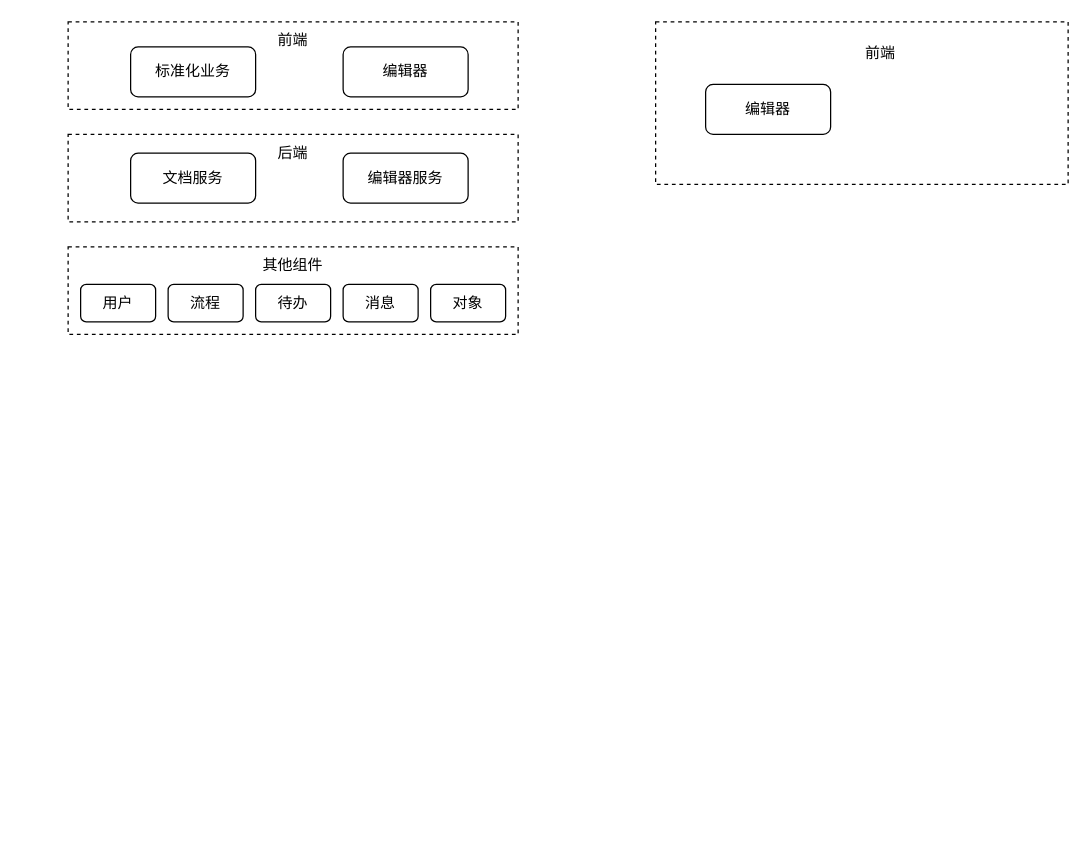
Earlier version of the draw.io diagram 设计相关/企业标准服务划分.drawio (DemonHan/KuickBuy). Source tidied: cells renumbered, new cells numbered last; positions are measured from the earlier drawing's top-left corner, leaving out a move shared by most shapes. Both pictures are drawn from the tidied source at 125%, with x=0, y=0 at pixel (68, 21).
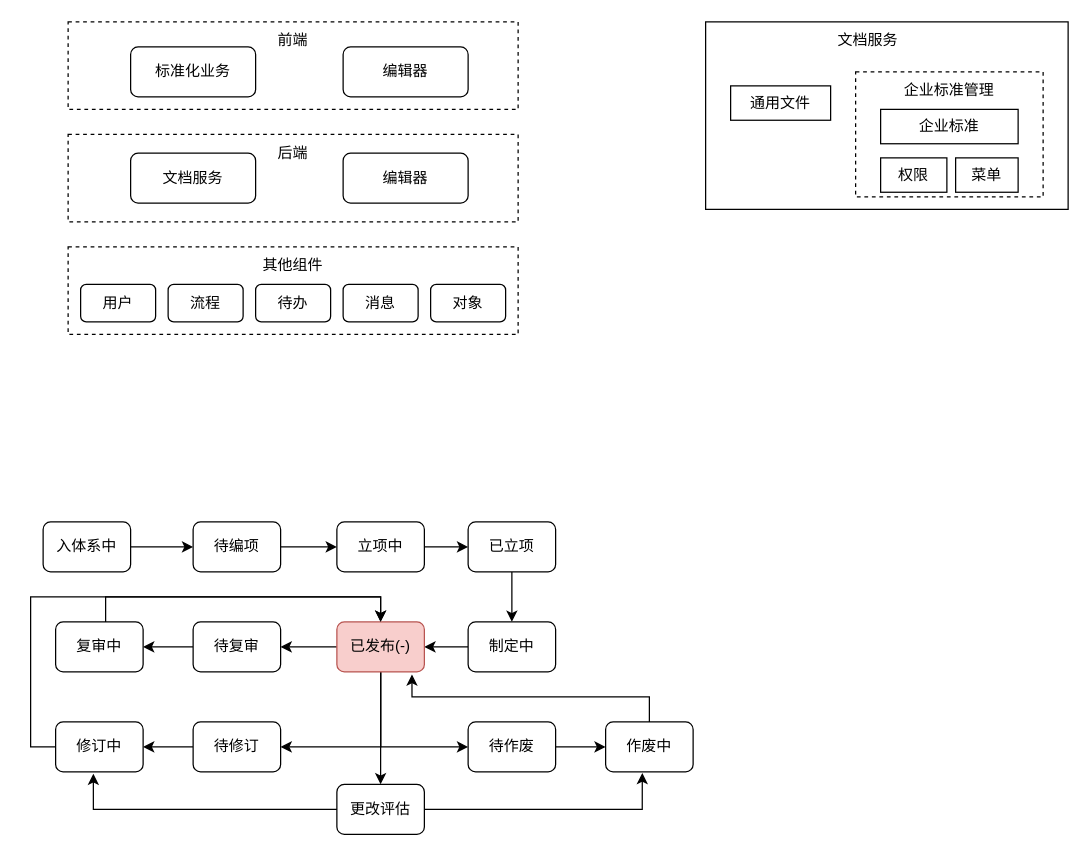
The same page after the edit.

Commit message:
更新企业标准服务划分.drawio

Change to the diagram source:
```diff
@@
-    <mxCell id="9" value="编辑器服务" style="rounded=1;whiteSpace=wrap;html=1;" parent="1" vertex="1">
+    <mxCell id="9" value="编辑器" style="rounded=1;whiteSpace=wrap;html=1;" parent="1" vertex="1">
       <mxGeometry x="220" y="105" width="100" height="40" as="geometry" />
     </mxCell>
@@
-    <mxCell id="17" style="rounded=0;whiteSpace=wrap;html=1;dashed=1;" parent="1" vertex="1">
-      <mxGeometry x="470" width="330" height="130" as="geometry" />
+    <mxCell id="17" style="rounded=0;whiteSpace=wrap;html=1;" parent="1" vertex="1">
+      <mxGeometry x="510" width="290" height="150" as="geometry" />
     </mxCell>
-    <mxCell id="18" value="编辑器" style="rounded=1;whiteSpace=wrap;html=1;" parent="1" vertex="1">
-      <mxGeometry x="510" y="50" width="100" height="40" as="geometry" />
-    </mxCell>
-    <mxCell id="19" value="前端" style="text;html=1;align=center;verticalAlign=middle;whiteSpace=wrap;rounded=0;" parent="1" vertex="1">
-      <mxGeometry x="620" y="10" width="60" height="30" as="geometry" />
+    <mxCell id="19" value="文档服务" style="text;html=1;align=center;verticalAlign=middle;whiteSpace=wrap;rounded=0;" parent="1" vertex="1">
+      <mxGeometry x="610" width="60" height="30" as="geometry" />
     </mxCell>
+    <mxCell id="20" value="通用文件" style="rounded=0;whiteSpace=wrap;html=1;" parent="1" vertex="1">
+      <mxGeometry x="530" y="51.2" width="80" height="27.5" as="geometry" />
+    </mxCell>
+    <mxCell id="21" style="rounded=0;whiteSpace=wrap;html=1;dashed=1;" parent="1" vertex="1">
+      <mxGeometry x="630" y="40" width="150" height="100" as="geometry" />
+    </mxCell>
+    <mxCell id="22" value="企业标准" style="rounded=0;whiteSpace=wrap;html=1;" parent="1" vertex="1">
+      <mxGeometry x="650" y="70" width="110" height="27.5" as="geometry" />
+    </mxCell>
+    <mxCell id="23" value="权限" style="rounded=0;whiteSpace=wrap;html=1;" parent="1" vertex="1">
+      <mxGeometry x="650" y="108.8" width="53" height="27.5" as="geometry" />
+    </mxCell>
+    <mxCell id="24" value="菜单" style="rounded=0;whiteSpace=wrap;html=1;" parent="1" vertex="1">
+      <mxGeometry x="710" y="108.8" width="50" height="27.5" as="geometry" />
+    </mxCell>
+    <mxCell id="25" value="企业标准管理" style="text;html=1;align=center;verticalAlign=middle;whiteSpace=wrap;rounded=0;" parent="1" vertex="1">
+      <mxGeometry x="660" y="40" width="90" height="30" as="geometry" />
+    </mxCell>
+    <mxCell id="26" style="edgeStyle=orthogonalEdgeStyle;rounded=0;jettySize=auto;html=1;entryX=0;entryY=0.5;entryDx=0;entryDy=0;" parent="1" edge="1" source="27" target="29">
+      <mxGeometry relative="1" as="geometry" />
+    </mxCell>
+    <mxCell id="27" value="入体系中" style="rounded=1;whiteSpace=wrap;html=1;" parent="1" vertex="1">
+      <mxGeometry x="-20" y="400" width="70" height="40" as="geometry" />
+    </mxCell>
+    <mxCell id="28" style="edgeStyle=orthogonalEdgeStyle;rounded=0;jettySize=auto;html=1;entryX=0;entryY=0.5;entryDx=0;entryDy=0;" parent="1" edge="1" source="29" target="31">
+      <mxGeometry relative="1" as="geometry" />
+    </mxCell>
+    <mxCell id="29" value="待编项" style="rounded=1;whiteSpace=wrap;html=1;" parent="1" vertex="1">
+      <mxGeometry x="100" y="400" width="70" height="40" as="geometry" />
+    </mxCell>
+    <mxCell id="30" style="edgeStyle=orthogonalEdgeStyle;rounded=0;jettySize=auto;html=1;" parent="1" edge="1" source="31" target="33">
+      <mxGeometry relative="1" as="geometry" />
+    </mxCell>
+    <mxCell id="31" value="立项中" style="rounded=1;whiteSpace=wrap;html=1;" parent="1" vertex="1">
+      <mxGeometry x="215" y="400" width="70" height="40" as="geometry" />
+    </mxCell>
+    <mxCell id="32" style="edgeStyle=orthogonalEdgeStyle;rounded=0;jettySize=auto;html=1;" parent="1" edge="1" source="33" target="35">
+      <mxGeometry relative="1" as="geometry" />
+    </mxCell>
+    <mxCell id="33" value="已立项" style="rounded=1;whiteSpace=wrap;html=1;" parent="1" vertex="1">
+      <mxGeometry x="320" y="400" width="70" height="40" as="geometry" />
+    </mxCell>
+    <mxCell id="34" style="edgeStyle=orthogonalEdgeStyle;rounded=0;jettySize=auto;html=1;entryX=1;entryY=0.5;entryDx=0;entryDy=0;" parent="1" edge="1" source="35" target="40">
+      <mxGeometry relative="1" as="geometry" />
+    </mxCell>
+    <mxCell id="35" value="制定中" style="rounded=1;whiteSpace=wrap;html=1;" parent="1" vertex="1">
+      <mxGeometry x="320" y="480" width="70" height="40" as="geometry" />
+    </mxCell>
+    <mxCell id="36" style="edgeStyle=orthogonalEdgeStyle;rounded=0;jettySize=auto;html=1;entryX=1;entryY=0.5;entryDx=0;entryDy=0;" parent="1" edge="1" source="40" target="42">
+      <mxGeometry relative="1" as="geometry" />
+    </mxCell>
+    <mxCell id="37" style="edgeStyle=orthogonalEdgeStyle;rounded=0;jettySize=auto;html=1;entryX=1;entryY=0.5;entryDx=0;entryDy=0;exitX=0.5;exitY=1;exitDx=0;exitDy=0;" parent="1" edge="1" source="40" target="46">
+      <mxGeometry relative="1" as="geometry" />
+    </mxCell>
+    <mxCell id="38" style="edgeStyle=orthogonalEdgeStyle;rounded=0;jettySize=auto;html=1;entryX=0;entryY=0.5;entryDx=0;entryDy=0;" parent="1" edge="1" source="40" target="50">
+      <mxGeometry relative="1" as="geometry">
+        <Array as="points">
+          <mxPoint x="250" y="580" />
+        </Array>
+      </mxGeometry>
+    </mxCell>
+    <mxCell id="39" style="edgeStyle=orthogonalEdgeStyle;rounded=0;jettySize=auto;html=1;" parent="1" edge="1" source="40" target="53">
+      <mxGeometry relative="1" as="geometry" />
+    </mxCell>
+    <mxCell id="40" value="已发布(-)" style="rounded=1;whiteSpace=wrap;html=1;fillColor=#f8cecc;strokeColor=#b85450;" parent="1" vertex="1">
+      <mxGeometry x="215" y="480" width="70" height="40" as="geometry" />
+    </mxCell>
+    <mxCell id="41" style="edgeStyle=orthogonalEdgeStyle;rounded=0;jettySize=auto;html=1;entryX=1;entryY=0.5;entryDx=0;entryDy=0;" parent="1" edge="1" source="42" target="44">
+      <mxGeometry relative="1" as="geometry" />
+    </mxCell>
+    <mxCell id="42" value="待复审" style="rounded=1;whiteSpace=wrap;html=1;" parent="1" vertex="1">
+      <mxGeometry x="100" y="480" width="70" height="40" as="geometry" />
+    </mxCell>
+    <mxCell id="43" style="edgeStyle=orthogonalEdgeStyle;rounded=0;jettySize=auto;html=1;entryX=0.5;entryY=0;entryDx=0;entryDy=0;" parent="1" edge="1" source="44" target="40">
+      <mxGeometry relative="1" as="geometry">
+        <Array as="points">
+          <mxPoint x="30" y="460" />
+          <mxPoint x="250" y="460" />
+        </Array>
+      </mxGeometry>
+    </mxCell>
+    <mxCell id="44" value="复审中" style="rounded=1;whiteSpace=wrap;html=1;" parent="1" vertex="1">
+      <mxGeometry x="-10" y="480" width="70" height="40" as="geometry" />
+    </mxCell>
+    <mxCell id="45" style="edgeStyle=orthogonalEdgeStyle;rounded=0;jettySize=auto;html=1;entryX=1;entryY=0.5;entryDx=0;entryDy=0;" parent="1" edge="1" source="46" target="48">
+      <mxGeometry relative="1" as="geometry" />
+    </mxCell>
+    <mxCell id="46" value="待修订" style="rounded=1;whiteSpace=wrap;html=1;" parent="1" vertex="1">
+      <mxGeometry x="100" y="560" width="70" height="40" as="geometry" />
+    </mxCell>
+    <mxCell id="47" style="edgeStyle=orthogonalEdgeStyle;rounded=0;jettySize=auto;html=1;entryX=0.5;entryY=0;entryDx=0;entryDy=0;" parent="1" edge="1" source="48" target="40">
+      <mxGeometry relative="1" as="geometry">
+        <Array as="points">
+          <mxPoint x="-30" y="580" />
+          <mxPoint x="-30" y="460" />
+          <mxPoint x="250" y="460" />
+        </Array>
+      </mxGeometry>
+    </mxCell>
+    <mxCell id="48" value="修订中" style="rounded=1;whiteSpace=wrap;html=1;" parent="1" vertex="1">
+      <mxGeometry x="-10" y="560" width="70" height="40" as="geometry" />
+    </mxCell>
+    <mxCell id="49" style="edgeStyle=orthogonalEdgeStyle;rounded=0;jettySize=auto;html=1;entryX=0;entryY=0.5;entryDx=0;entryDy=0;" parent="1" edge="1" source="50" target="51">
+      <mxGeometry relative="1" as="geometry" />
+    </mxCell>
+    <mxCell id="50" value="待作废" style="rounded=1;whiteSpace=wrap;html=1;" parent="1" vertex="1">
+      <mxGeometry x="320" y="560" width="70" height="40" as="geometry" />
+    </mxCell>
+    <mxCell id="51" value="作废中" style="rounded=1;whiteSpace=wrap;html=1;" parent="1" vertex="1">
+      <mxGeometry x="430" y="560" width="70" height="40" as="geometry" />
+    </mxCell>
+    <mxCell id="52" style="edgeStyle=orthogonalEdgeStyle;rounded=0;jettySize=auto;html=1;entryX=0.858;entryY=1.05;entryDx=0;entryDy=0;entryPerimeter=0;" parent="1" edge="1" source="51" target="40">
+      <mxGeometry relative="1" as="geometry">
+        <Array as="points">
+          <mxPoint x="465" y="540" />
+          <mxPoint x="275" y="540" />
+        </Array>
+      </mxGeometry>
+    </mxCell>
+    <mxCell id="53" value="更改评估" style="rounded=1;whiteSpace=wrap;html=1;" parent="1" vertex="1">
+      <mxGeometry x="215" y="610" width="70" height="40" as="geometry" />
+    </mxCell>
+    <mxCell id="54" style="edgeStyle=orthogonalEdgeStyle;rounded=0;jettySize=auto;html=1;entryX=0.419;entryY=1.022;entryDx=0;entryDy=0;entryPerimeter=0;" parent="1" edge="1" source="53" target="51">
+      <mxGeometry relative="1" as="geometry" />
+    </mxCell>
+    <mxCell id="55" style="edgeStyle=orthogonalEdgeStyle;rounded=0;jettySize=auto;html=1;entryX=0.431;entryY=1.036;entryDx=0;entryDy=0;entryPerimeter=0;" parent="1" edge="1" source="53" target="48">
+      <mxGeometry relative="1" as="geometry" />
+    </mxCell>
```
